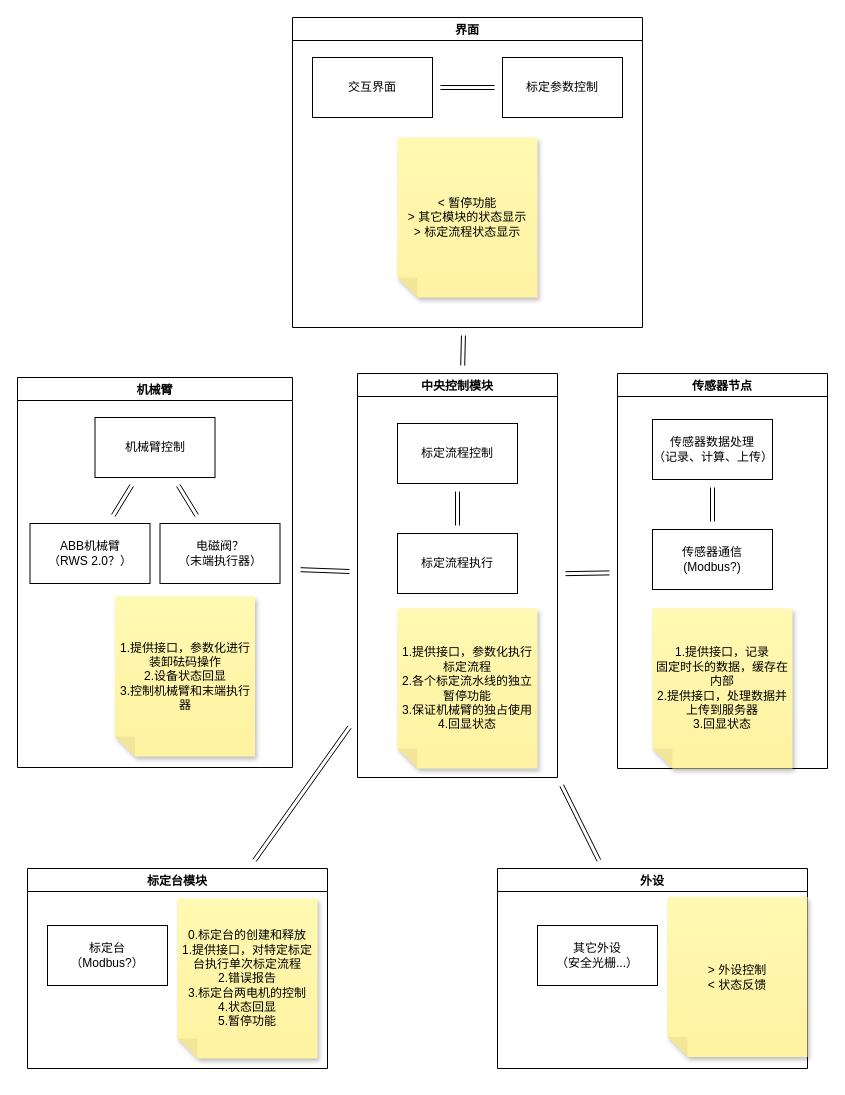
Earlier version of the draw.io diagram 软件架构.drawio (ht-liu-sw/slws). Source tidied: cells renumbered, new cells numbered last; positions are measured from the earlier drawing's top-left corner, leaving out a move shared by most shapes. Both pictures are drawn from the tidied source at 100%, with x=0, y=0 at pixel (17, 17).
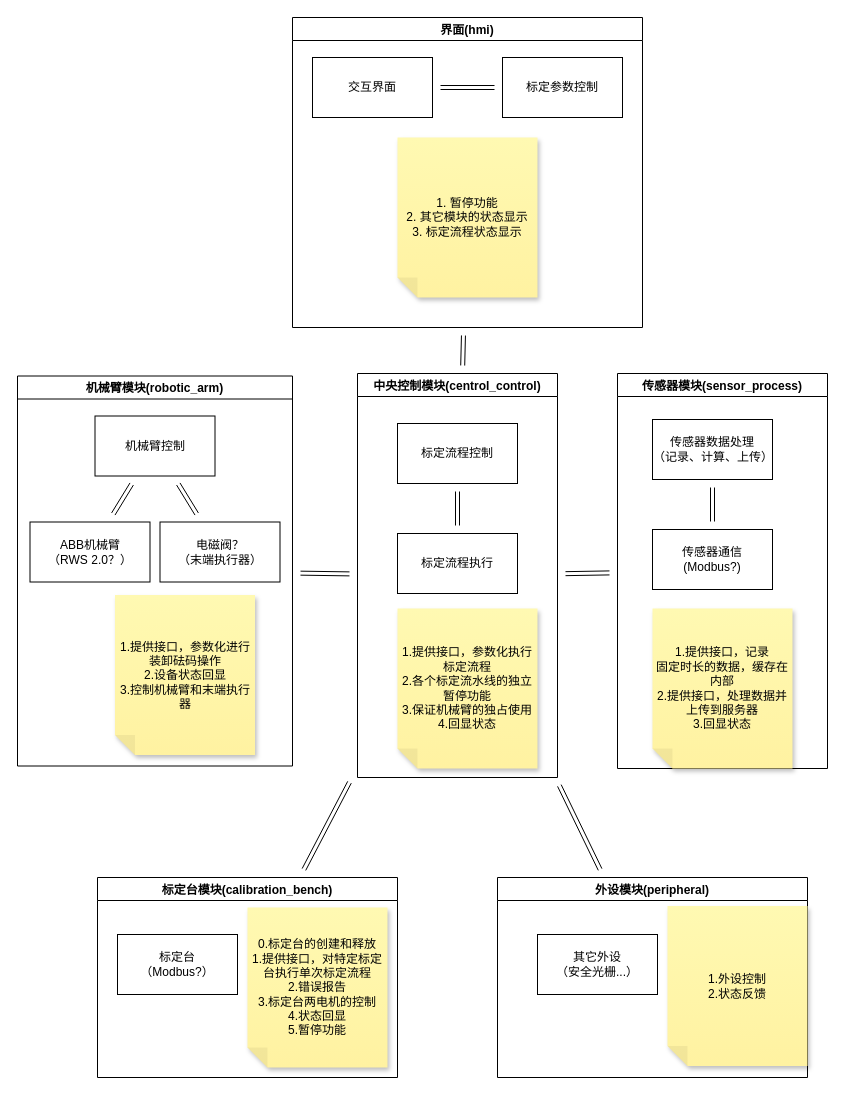
Above is the later version.

Commit message:
doc: 更新软件架构.drawio

Change to the diagram source:
```diff
@@
-    <mxCell id="2" value="界面" style="swimlane;" parent="1" vertex="1">
+    <mxCell id="2" value="界面(hmi)" style="swimlane;" parent="1" vertex="1">
       <mxGeometry x="275" width="350" height="310" as="geometry" />
     </mxCell>
@@
-    <mxCell id="6" value="&amp;lt; 暂停功能&lt;br&gt;&amp;gt; 其它模块的状态显示&lt;br&gt;&amp;gt; 标定流程状态显示" style="shape=note;whiteSpace=wrap;html=1;backgroundOutline=1;fontColor=#000000;darkOpacity=0.05;fillColor=#FFF9B2;strokeColor=none;fillStyle=solid;direction=west;gradientDirection=north;gradientColor=#FFF2A1;shadow=1;size=20;" parent="2" vertex="1">
+    <mxCell id="6" value="1. 暂停功能&lt;br&gt;2. 其它模块的状态显示&lt;br&gt;3. 标定流程状态显示" style="shape=note;whiteSpace=wrap;html=1;backgroundOutline=1;fontColor=#000000;darkOpacity=0.05;fillColor=#FFF9B2;strokeColor=none;fillStyle=solid;direction=west;gradientDirection=north;gradientColor=#FFF2A1;shadow=1;size=20;" parent="2" vertex="1">
       <mxGeometry x="105" y="120" width="140" height="160" as="geometry" />
     </mxCell>
-    <mxCell id="7" value="机械臂" style="swimlane;" parent="1" vertex="1">
-      <mxGeometry y="360" width="275" height="390" as="geometry" />
+    <mxCell id="7" value="机械臂模块(robotic_arm)" style="swimlane;" parent="1" vertex="1">
+      <mxGeometry y="358.5" width="275" height="390" as="geometry" />
     </mxCell>
@@
-    <mxCell id="14" value="中央控制模块" style="swimlane;" parent="1" vertex="1">
+    <mxCell id="14" value="中央控制模块(centrol_control)" style="swimlane;" parent="1" vertex="1">
       <mxGeometry x="340" y="356" width="200" height="404" as="geometry" />
     </mxCell>
@@
-    <mxCell id="19" value="传感器节点" style="swimlane;" parent="1" vertex="1">
+    <mxCell id="19" value="传感器模块(sensor_process)" style="swimlane;" parent="1" vertex="1">
       <mxGeometry x="600" y="356" width="210" height="395" as="geometry" />
     </mxCell>
@@
-    <mxCell id="24" value="标定台模块" style="swimlane;startSize=23;" parent="1" vertex="1">
-      <mxGeometry x="10" y="851" width="300" height="200" as="geometry" />
+    <mxCell id="24" value="标定台模块(calibration_bench)" style="swimlane;startSize=23;" parent="1" vertex="1">
+      <mxGeometry x="80" y="860" width="300" height="200" as="geometry" />
     </mxCell>
@@
-    <mxCell id="27" value="外设" style="swimlane;" parent="1" vertex="1">
-      <mxGeometry x="480" y="851" width="310" height="200" as="geometry" />
+    <mxCell id="27" value="外设模块(peripheral)" style="swimlane;" parent="1" vertex="1">
+      <mxGeometry x="480" y="860" width="310" height="200" as="geometry" />
     </mxCell>
@@
-    <mxCell id="29" value="&amp;gt; 外设控制&lt;br&gt;&amp;lt; 状态反馈" style="shape=note;whiteSpace=wrap;html=1;backgroundOutline=1;fontColor=#000000;darkOpacity=0.05;fillColor=#FFF9B2;strokeColor=none;fillStyle=solid;direction=west;gradientDirection=north;gradientColor=#FFF2A1;shadow=1;size=20;" parent="27" vertex="1">
+    <mxCell id="29" value="1.外设控制&lt;br&gt;2.状态反馈" style="shape=note;whiteSpace=wrap;html=1;backgroundOutline=1;fontColor=#000000;darkOpacity=0.05;fillColor=#FFF9B2;strokeColor=none;fillStyle=solid;direction=west;gradientDirection=north;gradientColor=#FFF2A1;shadow=1;size=20;" parent="27" vertex="1">
       <mxGeometry x="170" y="28.5" width="140" height="160" as="geometry" />
     </mxCell>
@@
-    <mxCell id="31" style="edgeStyle=none;curved=1;rounded=0;jettySize=auto;html=1;endArrow=open;sourcePerimeterSpacing=8;targetPerimeterSpacing=8;shape=link;" parent="1" edge="1" source="14">
-      <mxGeometry relative="1" as="geometry">
-        <mxPoint x="283" y="552.2" as="targetPoint" />
-      </mxGeometry>
+    <mxCell id="31" style="edgeStyle=none;curved=1;rounded=0;jettySize=auto;html=1;endArrow=open;sourcePerimeterSpacing=8;targetPerimeterSpacing=8;shape=link;" parent="1" edge="1" source="14" target="7">
+      <mxGeometry relative="1" as="geometry" />
     </mxCell>
```
